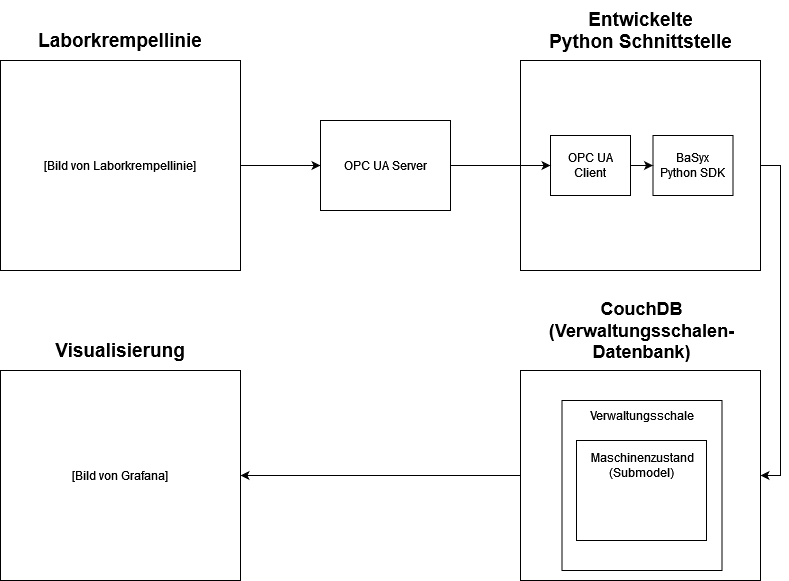
This is aas-sync-diagram.drawio.png from LouKordos/basyx-projektarbeit, a draw.io export, as it was before one commit. Source tidied: cells renumbered, new cells last; positions are measured from the earlier drawing's top-left corner, leaving out a move shared by most shapes. Source of this version:
```xml
<mxGraphModel>
  <root>
    <mxCell id="0" />
    <mxCell id="1" parent="0" />
    <mxCell id="2" style="edgeStyle=orthogonalEdgeStyle;rounded=0;jettySize=auto;html=1;entryX=0;entryY=0.5;entryDx=0;entryDy=0;" parent="1" edge="1" source="10" target="3">
      <mxGeometry relative="1" as="geometry" />
    </mxCell>
    <mxCell id="3" value="OPC UA Server" style="whiteSpace=wrap;html=1;" parent="1" vertex="1">
      <mxGeometry x="320" y="120" width="130" height="90" as="geometry" />
    </mxCell>
    <mxCell id="4" style="edgeStyle=orthogonalEdgeStyle;rounded=0;jettySize=auto;html=1;exitX=1;exitY=0.5;exitDx=0;exitDy=0;entryX=1;entryY=0.5;entryDx=0;entryDy=0;" parent="1" edge="1" source="5" target="14">
      <mxGeometry relative="1" as="geometry" />
    </mxCell>
    <mxCell id="5" style="whiteSpace=wrap;html=1;" parent="1" vertex="1">
      <mxGeometry x="520" y="60" width="240" height="210" as="geometry" />
    </mxCell>
    <mxCell id="6" value="&lt;div&gt;BaSyx&lt;/div&gt;&lt;div&gt;Python SDK&lt;br&gt;&lt;/div&gt;" style="whiteSpace=wrap;html=1;" parent="1" vertex="1">
      <mxGeometry x="652.5" y="135" width="80" height="60" as="geometry" />
    </mxCell>
    <mxCell id="7" style="edgeStyle=orthogonalEdgeStyle;rounded=0;jettySize=auto;html=1;exitX=1;exitY=0.5;exitDx=0;exitDy=0;entryX=0;entryY=0.5;entryDx=0;entryDy=0;" parent="1" edge="1" source="8" target="6">
      <mxGeometry relative="1" as="geometry" />
    </mxCell>
    <mxCell id="8" value="OPC UA Client" style="whiteSpace=wrap;html=1;" parent="1" vertex="1">
      <mxGeometry x="550" y="135" width="80" height="60" as="geometry" />
    </mxCell>
    <mxCell id="9" style="group;" parent="1" vertex="1">
      <mxGeometry y="10" width="240" height="260" as="geometry" />
    </mxCell>
    <mxCell id="10" value="[Bild von Laborkrempellinie]" style="whiteSpace=wrap;html=1;" parent="9" vertex="1">
      <mxGeometry y="50" width="240" height="210" as="geometry" />
    </mxCell>
    <mxCell id="11" value="Laborkrempellinie" style="text;strokeColor=none;align=center;fillColor=none;html=1;verticalAlign=middle;whiteSpace=wrap;rounded=0;fontSize=19;fontStyle=1;" parent="9" vertex="1">
      <mxGeometry x="35" width="170" height="60" as="geometry" />
    </mxCell>
    <mxCell id="12" value="&lt;div&gt;Entwickelte&lt;/div&gt;&lt;div&gt;Python Schnittstelle&lt;br&gt;&lt;/div&gt;" style="text;strokeColor=none;align=center;fillColor=none;html=1;verticalAlign=middle;whiteSpace=wrap;rounded=0;fontSize=19;fontStyle=1;" parent="1" vertex="1">
      <mxGeometry x="547.5" width="185" height="60" as="geometry" />
    </mxCell>
    <mxCell id="13" style="edgeStyle=orthogonalEdgeStyle;rounded=0;jettySize=auto;html=1;entryX=1;entryY=0.5;entryDx=0;entryDy=0;" parent="1" edge="1" source="14" target="22">
      <mxGeometry relative="1" as="geometry" />
    </mxCell>
    <mxCell id="14" style="whiteSpace=wrap;html=1;" parent="1" vertex="1">
      <mxGeometry x="520" y="370" width="240" height="210" as="geometry" />
    </mxCell>
    <mxCell id="15" value="&lt;div style=&quot;font-size: 18px;&quot;&gt;&lt;font style=&quot;font-size: 18px;&quot;&gt;CouchDB&lt;/font&gt;&lt;/div&gt;&lt;div style=&quot;font-size: 18px;&quot;&gt;&lt;font style=&quot;font-size: 18px;&quot;&gt;(Verwaltungsschalen-&lt;/font&gt;&lt;/div&gt;&lt;div style=&quot;font-size: 18px;&quot;&gt;&lt;font style=&quot;font-size: 18px;&quot;&gt;&lt;font style=&quot;font-size: 18px;&quot;&gt;Datenbank)&lt;/font&gt;&lt;font style=&quot;font-size: 18px;&quot;&gt;&lt;br&gt;&lt;/font&gt;&lt;/font&gt;&lt;/div&gt;" style="text;strokeColor=none;align=center;fillColor=none;html=1;verticalAlign=middle;whiteSpace=wrap;rounded=0;fontSize=19;fontStyle=1;" parent="1" vertex="1">
      <mxGeometry x="549" y="300" width="185" height="60" as="geometry" />
    </mxCell>
    <mxCell id="16" style="whiteSpace=wrap;html=1;" parent="1" vertex="1">
      <mxGeometry x="561.5" y="400" width="160" height="170" as="geometry" />
    </mxCell>
    <mxCell id="17" style="edgeStyle=orthogonalEdgeStyle;rounded=0;jettySize=auto;html=1;exitX=1;exitY=0.5;exitDx=0;exitDy=0;entryX=0;entryY=0.5;entryDx=0;entryDy=0;" parent="1" edge="1" source="3" target="8">
      <mxGeometry relative="1" as="geometry" />
    </mxCell>
    <mxCell id="18" value="Verwaltungsschale" style="text;strokeColor=none;align=center;fillColor=none;html=1;verticalAlign=middle;whiteSpace=wrap;rounded=0;" parent="1" vertex="1">
      <mxGeometry x="586.5" y="400" width="110" height="30" as="geometry" />
    </mxCell>
    <mxCell id="19" style="whiteSpace=wrap;html=1;" parent="1" vertex="1">
      <mxGeometry x="576" y="440" width="130" height="100" as="geometry" />
    </mxCell>
    <mxCell id="20" value="&lt;div&gt;Maschinenzustand&lt;/div&gt;&lt;div&gt;(Submodel)&lt;br&gt;&lt;/div&gt;" style="text;strokeColor=none;align=center;fillColor=none;html=1;verticalAlign=middle;whiteSpace=wrap;rounded=0;" parent="1" vertex="1">
      <mxGeometry x="586.5" y="450" width="110" height="30" as="geometry" />
    </mxCell>
    <mxCell id="21" style="group;" parent="1" vertex="1">
      <mxGeometry y="320" width="240" height="260" as="geometry" />
    </mxCell>
    <mxCell id="22" value="[Bild von Grafana]" style="whiteSpace=wrap;html=1;" parent="21" vertex="1">
      <mxGeometry y="50" width="240" height="210" as="geometry" />
    </mxCell>
    <mxCell id="23" value="Visualisierung" style="text;strokeColor=none;align=center;fillColor=none;html=1;verticalAlign=middle;whiteSpace=wrap;rounded=0;fontSize=19;fontStyle=1;" parent="21" vertex="1">
      <mxGeometry x="35" width="170" height="60" as="geometry" />
    </mxCell>
  </root>
</mxGraphModel>
```
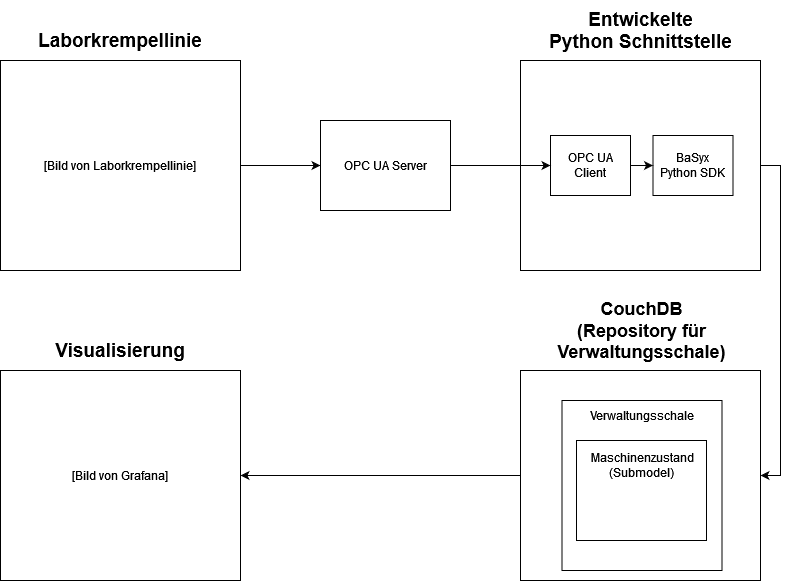
After the commit.

The edit, as a diff of the source:
```diff
@@ -41,7 +41,7 @@
     <mxCell id="14" style="whiteSpace=wrap;html=1;" parent="1" vertex="1">
       <mxGeometry x="520" y="370" width="240" height="210" as="geometry" />
     </mxCell>
-    <mxCell id="15" value="&lt;div style=&quot;font-size: 18px;&quot;&gt;&lt;font style=&quot;font-size: 18px;&quot;&gt;CouchDB&lt;/font&gt;&lt;/div&gt;&lt;div style=&quot;font-size: 18px;&quot;&gt;&lt;font style=&quot;font-size: 18px;&quot;&gt;(Verwaltungsschalen-&lt;/font&gt;&lt;/div&gt;&lt;div style=&quot;font-size: 18px;&quot;&gt;&lt;font style=&quot;font-size: 18px;&quot;&gt;&lt;font style=&quot;font-size: 18px;&quot;&gt;Datenbank)&lt;/font&gt;&lt;font style=&quot;font-size: 18px;&quot;&gt;&lt;br&gt;&lt;/font&gt;&lt;/font&gt;&lt;/div&gt;" style="text;strokeColor=none;align=center;fillColor=none;html=1;verticalAlign=middle;whiteSpace=wrap;rounded=0;fontSize=19;fontStyle=1;" parent="1" vertex="1">
+    <mxCell id="15" value="&lt;div style=&quot;font-size: 18px;&quot;&gt;&lt;font style=&quot;font-size: 18px;&quot;&gt;CouchDB&lt;/font&gt;&lt;/div&gt;&lt;div style=&quot;font-size: 18px;&quot;&gt;&lt;font style=&quot;font-size: 18px;&quot;&gt;(Repository für&lt;/font&gt;&lt;/div&gt;&lt;div style=&quot;font-size: 18px;&quot;&gt;&lt;font style=&quot;font-size: 18px;&quot;&gt;&lt;font style=&quot;font-size: 18px;&quot;&gt;Verwaltungsschale)&lt;/font&gt;&lt;font style=&quot;font-size: 18px;&quot;&gt;&lt;br&gt;&lt;/font&gt;&lt;/font&gt;&lt;/div&gt;" style="text;strokeColor=none;align=center;fillColor=none;html=1;verticalAlign=middle;whiteSpace=wrap;rounded=0;fontSize=19;fontStyle=1;" parent="1" vertex="1">
       <mxGeometry x="549" y="300" width="185" height="60" as="geometry" />
     </mxCell>
     <mxCell id="16" style="whiteSpace=wrap;html=1;" parent="1" vertex="1">
```
